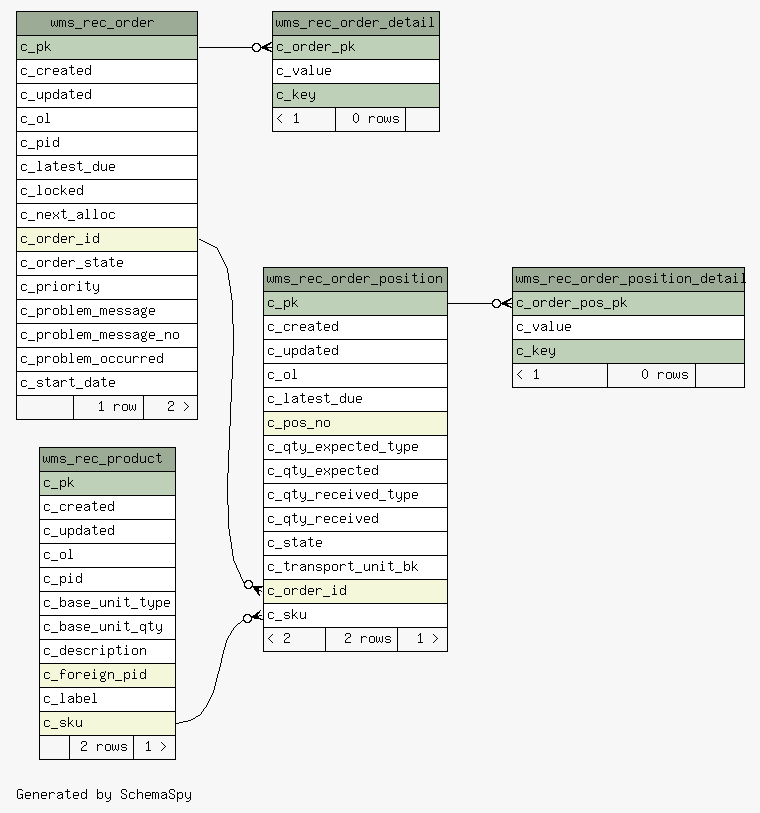
openwms/org.openwms.wms.receiving.lib keeps this Graphviz diagram as 1.0.0-SNAPSHOT/schemaspy/diagrams/summary/relationships.real.large.png. Above is the earlier version. Its source is kept beside it as 1.0.0-SNAPSHOT/schemaspy/diagrams/summary/relationships.real.large.dot. The source it was exported from:
```dot
digraph "largeRelationshipsDiagram" {
  graph [
    rankdir="RL"
    bgcolor="#f7f7f7"
    label="\nGenerated by SchemaSpy"
    labeljust="l"
    nodesep="0.18"
    ranksep="0.46"
    fontname="Helvetica"
    fontsize="11"
  ];
  node [
    fontname="Helvetica"
    fontsize="11"
    shape="plaintext"
  ];
  edge [
    arrowsize="0.8"
  ];
  "wms_rec_order" [
    label=<
    <TABLE BORDER="0" CELLBORDER="1" CELLSPACING="0" BGCOLOR="#ffffff">
      <TR><TD COLSPAN="3" BGCOLOR="#9bab96" ALIGN="CENTER">wms_rec_order</TD></TR>
      <TR><TD PORT="c_pk" COLSPAN="3" BGCOLOR="#bed1b8" ALIGN="LEFT">c_pk</TD></TR>
      <TR><TD PORT="c_created" COLSPAN="3" ALIGN="LEFT">c_created</TD></TR>
      <TR><TD PORT="c_updated" COLSPAN="3" ALIGN="LEFT">c_updated</TD></TR>
      <TR><TD PORT="c_ol" COLSPAN="3" ALIGN="LEFT">c_ol</TD></TR>
      <TR><TD PORT="c_pid" COLSPAN="3" ALIGN="LEFT">c_pid</TD></TR>
      <TR><TD PORT="c_latest_due" COLSPAN="3" ALIGN="LEFT">c_latest_due</TD></TR>
      <TR><TD PORT="c_locked" COLSPAN="3" ALIGN="LEFT">c_locked</TD></TR>
      <TR><TD PORT="c_next_alloc" COLSPAN="3" ALIGN="LEFT">c_next_alloc</TD></TR>
      <TR><TD PORT="c_order_id" COLSPAN="3" BGCOLOR="#f4f7da" ALIGN="LEFT">c_order_id</TD></TR>
      <TR><TD PORT="c_order_state" COLSPAN="3" ALIGN="LEFT">c_order_state</TD></TR>
      <TR><TD PORT="c_priority" COLSPAN="3" ALIGN="LEFT">c_priority</TD></TR>
      <TR><TD PORT="c_problem_message" COLSPAN="3" ALIGN="LEFT">c_problem_message</TD></TR>
      <TR><TD PORT="c_problem_message_no" COLSPAN="3" ALIGN="LEFT">c_problem_message_no</TD></TR>
      <TR><TD PORT="c_problem_occurred" COLSPAN="3" ALIGN="LEFT">c_problem_occurred</TD></TR>
      <TR><TD PORT="c_start_date" COLSPAN="3" ALIGN="LEFT">c_start_date</TD></TR>
      <TR><TD ALIGN="LEFT" BGCOLOR="#f7f7f7">  </TD><TD ALIGN="RIGHT" BGCOLOR="#f7f7f7">1 row</TD><TD ALIGN="RIGHT" BGCOLOR="#f7f7f7">2 &gt;</TD></TR>
    </TABLE>>
    URL="tables/wms_rec_order.html"
    tooltip="wms_rec_order"
  ];
  "wms_rec_order_detail" [
    label=<
    <TABLE BORDER="0" CELLBORDER="1" CELLSPACING="0" BGCOLOR="#ffffff">
      <TR><TD COLSPAN="3" BGCOLOR="#9bab96" ALIGN="CENTER">wms_rec_order_detail</TD></TR>
      <TR><TD PORT="c_order_pk" COLSPAN="3" BGCOLOR="#bed1b8" ALIGN="LEFT">c_order_pk</TD></TR>
      <TR><TD PORT="c_value" COLSPAN="3" ALIGN="LEFT">c_value</TD></TR>
      <TR><TD PORT="c_key" COLSPAN="3" BGCOLOR="#bed1b8" ALIGN="LEFT">c_key</TD></TR>
      <TR><TD ALIGN="LEFT" BGCOLOR="#f7f7f7">&lt; 1</TD><TD ALIGN="RIGHT" BGCOLOR="#f7f7f7">0 rows</TD><TD ALIGN="RIGHT" BGCOLOR="#f7f7f7">  </TD></TR>
    </TABLE>>
    URL="tables/wms_rec_order_detail.html"
    tooltip="wms_rec_order_detail"
  ];
  "wms_rec_order_position" [
    label=<
    <TABLE BORDER="0" CELLBORDER="1" CELLSPACING="0" BGCOLOR="#ffffff">
      <TR><TD COLSPAN="3" BGCOLOR="#9bab96" ALIGN="CENTER">wms_rec_order_position</TD></TR>
      <TR><TD PORT="c_pk" COLSPAN="3" BGCOLOR="#bed1b8" ALIGN="LEFT">c_pk</TD></TR>
      <TR><TD PORT="c_created" COLSPAN="3" ALIGN="LEFT">c_created</TD></TR>
      <TR><TD PORT="c_updated" COLSPAN="3" ALIGN="LEFT">c_updated</TD></TR>
      <TR><TD PORT="c_ol" COLSPAN="3" ALIGN="LEFT">c_ol</TD></TR>
      <TR><TD PORT="c_latest_due" COLSPAN="3" ALIGN="LEFT">c_latest_due</TD></TR>
      <TR><TD PORT="c_pos_no" COLSPAN="3" BGCOLOR="#f4f7da" ALIGN="LEFT">c_pos_no</TD></TR>
      <TR><TD PORT="c_qty_expected_type" COLSPAN="3" ALIGN="LEFT">c_qty_expected_type</TD></TR>
      <TR><TD PORT="c_qty_expected" COLSPAN="3" ALIGN="LEFT">c_qty_expected</TD></TR>
      <TR><TD PORT="c_qty_received_type" COLSPAN="3" ALIGN="LEFT">c_qty_received_type</TD></TR>
      <TR><TD PORT="c_qty_received" COLSPAN="3" ALIGN="LEFT">c_qty_received</TD></TR>
      <TR><TD PORT="c_state" COLSPAN="3" ALIGN="LEFT">c_state</TD></TR>
      <TR><TD PORT="c_transport_unit_bk" COLSPAN="3" ALIGN="LEFT">c_transport_unit_bk</TD></TR>
      <TR><TD PORT="c_order_id" COLSPAN="3" BGCOLOR="#f4f7da" ALIGN="LEFT">c_order_id</TD></TR>
      <TR><TD PORT="c_sku" COLSPAN="3" ALIGN="LEFT">c_sku</TD></TR>
      <TR><TD ALIGN="LEFT" BGCOLOR="#f7f7f7">&lt; 2</TD><TD ALIGN="RIGHT" BGCOLOR="#f7f7f7">2 rows</TD><TD ALIGN="RIGHT" BGCOLOR="#f7f7f7">1 &gt;</TD></TR>
    </TABLE>>
    URL="tables/wms_rec_order_position.html"
    tooltip="wms_rec_order_position"
  ];
  "wms_rec_order_position_detail" [
    label=<
    <TABLE BORDER="0" CELLBORDER="1" CELLSPACING="0" BGCOLOR="#ffffff">
      <TR><TD COLSPAN="3" BGCOLOR="#9bab96" ALIGN="CENTER">wms_rec_order_position_detail</TD></TR>
      <TR><TD PORT="c_order_pos_pk" COLSPAN="3" BGCOLOR="#bed1b8" ALIGN="LEFT">c_order_pos_pk</TD></TR>
      <TR><TD PORT="c_value" COLSPAN="3" ALIGN="LEFT">c_value</TD></TR>
      <TR><TD PORT="c_key" COLSPAN="3" BGCOLOR="#bed1b8" ALIGN="LEFT">c_key</TD></TR>
      <TR><TD ALIGN="LEFT" BGCOLOR="#f7f7f7">&lt; 1</TD><TD ALIGN="RIGHT" BGCOLOR="#f7f7f7">0 rows</TD><TD ALIGN="RIGHT" BGCOLOR="#f7f7f7">  </TD></TR>
    </TABLE>>
    URL="tables/wms_rec_order_position_detail.html"
    tooltip="wms_rec_order_position_detail"
  ];
  "wms_rec_product" [
    label=<
    <TABLE BORDER="0" CELLBORDER="1" CELLSPACING="0" BGCOLOR="#ffffff">
      <TR><TD COLSPAN="3" BGCOLOR="#9bab96" ALIGN="CENTER">wms_rec_product</TD></TR>
      <TR><TD PORT="c_pk" COLSPAN="3" BGCOLOR="#bed1b8" ALIGN="LEFT">c_pk</TD></TR>
      <TR><TD PORT="c_created" COLSPAN="3" ALIGN="LEFT">c_created</TD></TR>
      <TR><TD PORT="c_updated" COLSPAN="3" ALIGN="LEFT">c_updated</TD></TR>
      <TR><TD PORT="c_ol" COLSPAN="3" ALIGN="LEFT">c_ol</TD></TR>
      <TR><TD PORT="c_pid" COLSPAN="3" ALIGN="LEFT">c_pid</TD></TR>
      <TR><TD PORT="c_base_unit_type" COLSPAN="3" ALIGN="LEFT">c_base_unit_type</TD></TR>
      <TR><TD PORT="c_base_unit_qty" COLSPAN="3" ALIGN="LEFT">c_base_unit_qty</TD></TR>
      <TR><TD PORT="c_description" COLSPAN="3" ALIGN="LEFT">c_description</TD></TR>
      <TR><TD PORT="c_foreign_pid" COLSPAN="3" BGCOLOR="#f4f7da" ALIGN="LEFT">c_foreign_pid</TD></TR>
      <TR><TD PORT="c_label" COLSPAN="3" ALIGN="LEFT">c_label</TD></TR>
      <TR><TD PORT="c_sku" COLSPAN="3" BGCOLOR="#f4f7da" ALIGN="LEFT">c_sku</TD></TR>
      <TR><TD ALIGN="LEFT" BGCOLOR="#f7f7f7">  </TD><TD ALIGN="RIGHT" BGCOLOR="#f7f7f7">2 rows</TD><TD ALIGN="RIGHT" BGCOLOR="#f7f7f7">1 &gt;</TD></TR>
    </TABLE>>
    URL="tables/wms_rec_product.html"
    tooltip="wms_rec_product"
  ];
  "wms_rec_order_detail":"c_order_pk":w -> "wms_rec_order":"c_pk":e [arrowhead=none dir=back arrowtail=crowodot];
  "wms_rec_order_position":"c_order_id":w -> "wms_rec_order":"c_order_id":e [arrowhead=none dir=back arrowtail=crowodot];
  "wms_rec_order_position":"c_sku":w -> "wms_rec_product":"c_sku":e [arrowhead=none dir=back arrowtail=crowodot];
  "wms_rec_order_position_detail":"c_order_pos_pk":w -> "wms_rec_order_position":"c_pk":e [arrowhead=none dir=back arrowtail=crowodot];
}
```
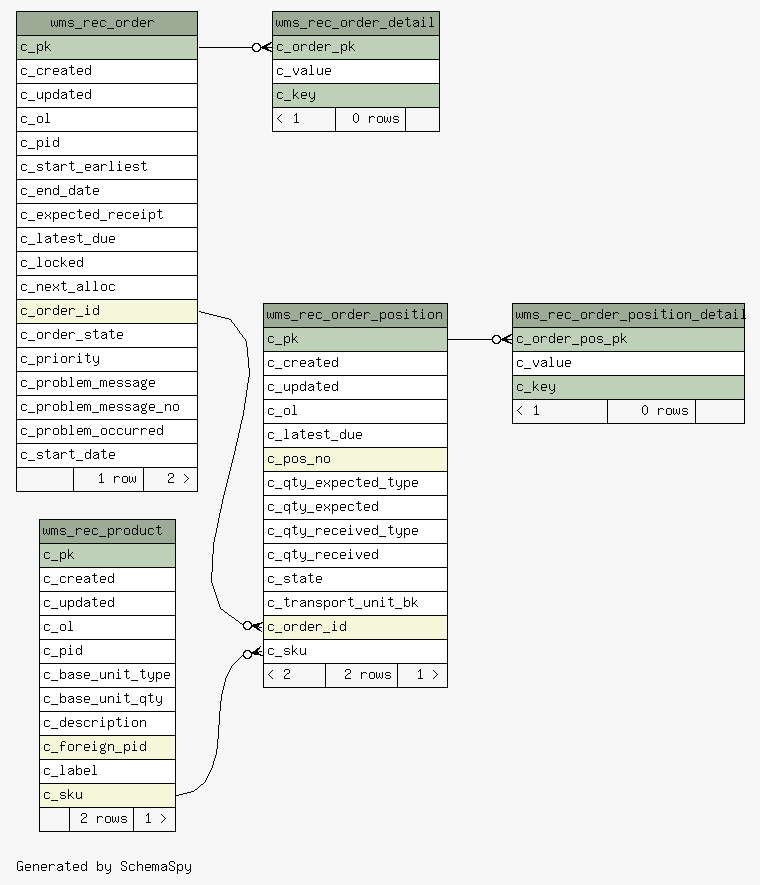
After the commit.

Diff of the diagram source:
```diff
@@ -26,6 +26,9 @@
       <TR><TD PORT="c_updated" COLSPAN="3" ALIGN="LEFT">c_updated</TD></TR>
       <TR><TD PORT="c_ol" COLSPAN="3" ALIGN="LEFT">c_ol</TD></TR>
       <TR><TD PORT="c_pid" COLSPAN="3" ALIGN="LEFT">c_pid</TD></TR>
+      <TR><TD PORT="c_start_earliest" COLSPAN="3" ALIGN="LEFT">c_start_earliest</TD></TR>
+      <TR><TD PORT="c_end_date" COLSPAN="3" ALIGN="LEFT">c_end_date</TD></TR>
+      <TR><TD PORT="c_expected_receipt" COLSPAN="3" ALIGN="LEFT">c_expected_receipt</TD></TR>
       <TR><TD PORT="c_latest_due" COLSPAN="3" ALIGN="LEFT">c_latest_due</TD></TR>
       <TR><TD PORT="c_locked" COLSPAN="3" ALIGN="LEFT">c_locked</TD></TR>
       <TR><TD PORT="c_next_alloc" COLSPAN="3" ALIGN="LEFT">c_next_alloc</TD></TR>
```
